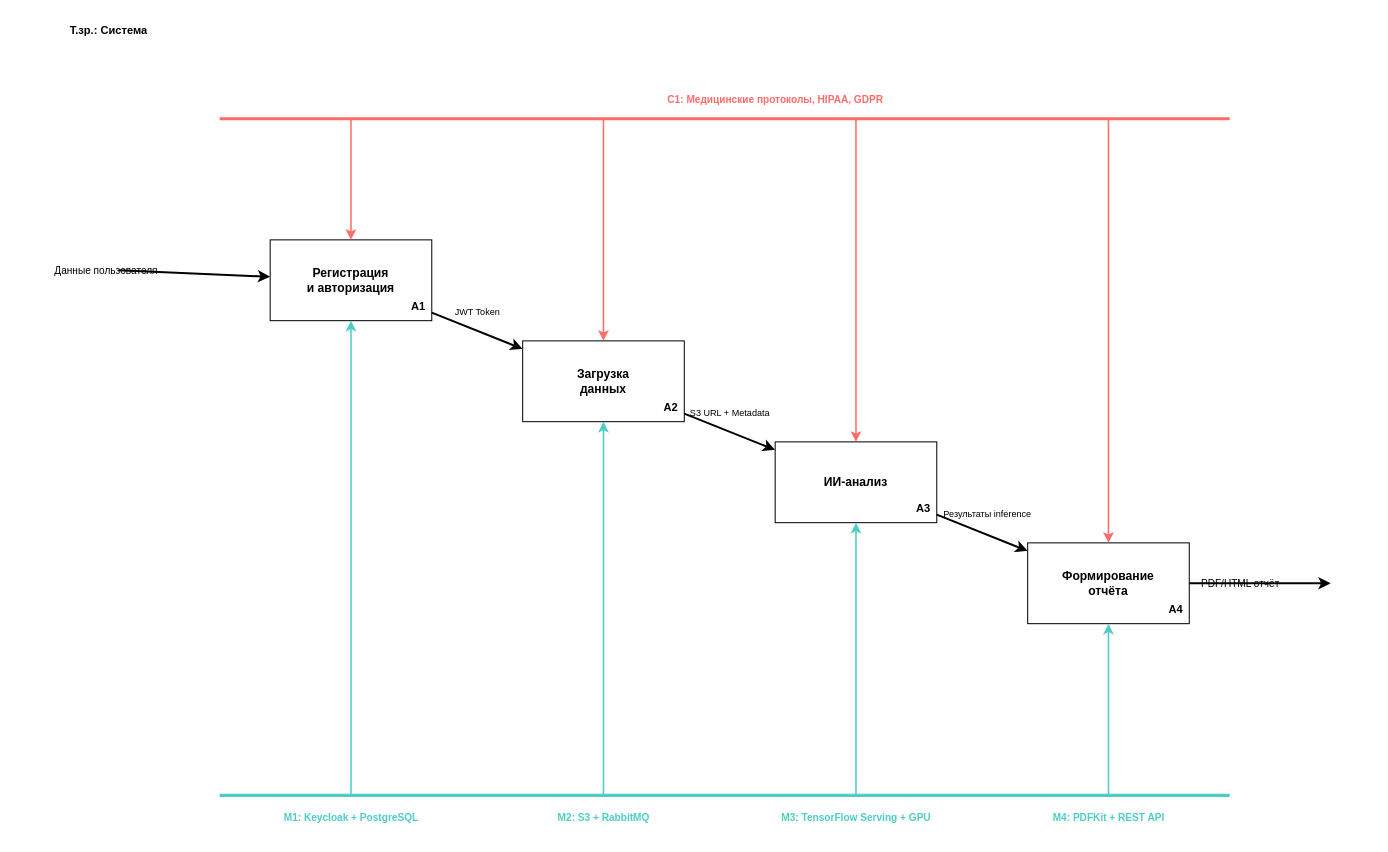
This is diagrams-codes/IDEF0_DECOMPOSITION.drawio from Edisheri/system-engineering-playbook, a draw.io file, before an edit. Source tidied: cells renumbered, new cells numbered last; positions are measured from the earlier drawing's top-left corner, leaving out a move shared by most shapes. Both pictures are drawn from the tidied source at 101%, with x=0, y=0 at pixel (17, 17).
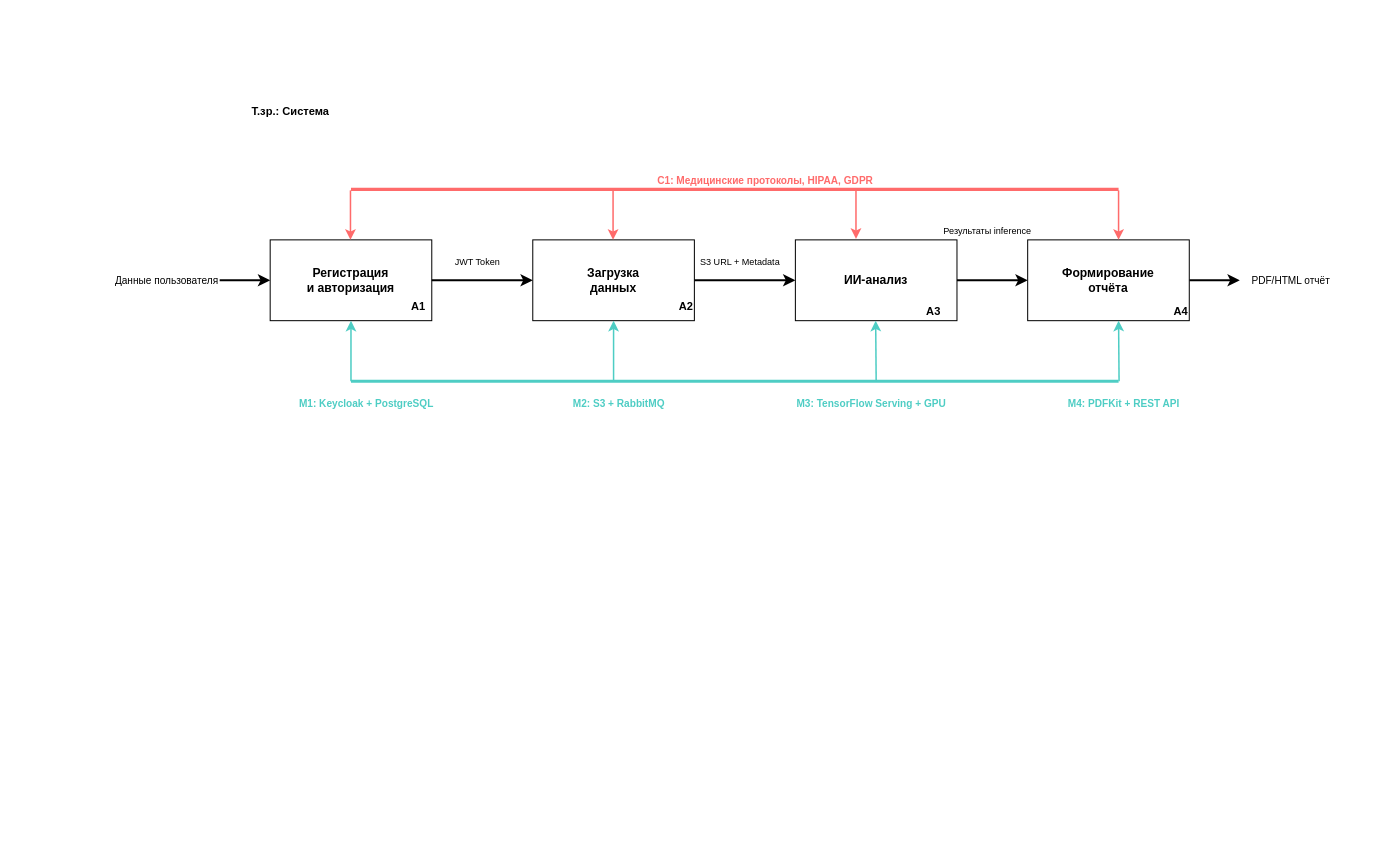
After the change.

The change refers to these unchanged cells:
```xml
<mxCell id="3" value="Регистрация&#10;и авторизация" style="rounded=0;whiteSpace=wrap;html=1;fontSize=12;fontStyle=1;" parent="1" vertex="1">
  <mxGeometry x="250" y="220" width="160" height="80" as="geometry" />
</mxCell>
```

Change to the diagram source:
```diff
@@
     <mxCell id="2" value="Т.зр.: Система" style="text;html=1;align=left;verticalAlign=top;fontSize=11;fontStyle=1;" parent="1" vertex="1">
-      <mxGeometry x="50" width="200" height="30" as="geometry" />
+      <mxGeometry x="230" y="80" width="200" height="30" as="geometry" />
     </mxCell>
@@
     <mxCell id="5" value="Загрузка&#10;данных" style="rounded=0;whiteSpace=wrap;html=1;fontSize=12;fontStyle=1;" parent="1" vertex="1">
-      <mxGeometry x="500" y="320" width="160" height="80" as="geometry" />
+      <mxGeometry x="510" y="220" width="160" height="80" as="geometry" />
     </mxCell>
     <mxCell id="6" value="A2" style="text;html=1;align=right;verticalAlign=bottom;fontSize=11;fontStyle=1;" parent="1" vertex="1">
-      <mxGeometry x="630" y="375" width="25" height="20" as="geometry" />
+      <mxGeometry x="645" y="275" width="25" height="20" as="geometry" />
     </mxCell>
     <mxCell id="7" value="ИИ-анализ" style="rounded=0;whiteSpace=wrap;html=1;fontSize=12;fontStyle=1;" parent="1" vertex="1">
-      <mxGeometry x="750" y="420" width="160" height="80" as="geometry" />
+      <mxGeometry x="770" y="220" width="160" height="80" as="geometry" />
     </mxCell>
     <mxCell id="8" value="A3" style="text;html=1;align=right;verticalAlign=bottom;fontSize=11;fontStyle=1;" parent="1" vertex="1">
-      <mxGeometry x="880" y="475" width="25" height="20" as="geometry" />
+      <mxGeometry x="890" y="280" width="25" height="20" as="geometry" />
     </mxCell>
-    <mxCell id="9" value="Формирование&#10;отчёта" style="rounded=0;whiteSpace=wrap;html=1;fontSize=12;fontStyle=1;" parent="1" vertex="1">
-      <mxGeometry x="1000" y="520" width="160" height="80" as="geometry" />
-    </mxCell>
-    <mxCell id="10" value="A4" style="text;html=1;align=right;verticalAlign=bottom;fontSize=11;fontStyle=1;" parent="1" vertex="1">
-      <mxGeometry x="1130" y="575" width="25" height="20" as="geometry" />
-    </mxCell>
     <mxCell id="11" style="endArrow=classic;html=1;strokeWidth=2;" parent="1" edge="1" target="3">
       <mxGeometry relative="1" as="geometry">
-        <mxPoint x="100" y="250" as="sourcePoint" />
+        <mxPoint x="200" y="260" as="sourcePoint" />
       </mxGeometry>
     </mxCell>
     <mxCell id="12" value="Данные пользователя" style="text;html=1;align=right;verticalAlign=middle;fontSize=10;" parent="1" vertex="1">
-      <mxGeometry y="230" width="140" height="40" as="geometry" />
+      <mxGeometry x="60" y="240" width="140" height="40" as="geometry" />
     </mxCell>
@@
     <mxCell id="14" value="JWT Token" style="text;html=1;align=center;verticalAlign=bottom;fontSize=9;" parent="1" vertex="1">
-      <mxGeometry x="420" y="280" width="70" height="20" as="geometry" />
+      <mxGeometry x="420" y="230" width="70" height="20" as="geometry" />
     </mxCell>
@@
     <mxCell id="16" value="S3 URL + Metadata" style="text;html=1;align=center;verticalAlign=bottom;fontSize=9;" parent="1" vertex="1">
-      <mxGeometry x="650" y="380" width="110" height="20" as="geometry" />
+      <mxGeometry x="660" y="230" width="110" height="20" as="geometry" />
     </mxCell>
@@
     <mxCell id="18" value="Результаты inference" style="text;html=1;align=center;verticalAlign=bottom;fontSize=9;" parent="1" vertex="1">
-      <mxGeometry x="900" y="480" width="120" height="20" as="geometry" />
+      <mxGeometry x="930" y="200" width="60" height="20" as="geometry" />
     </mxCell>
     <mxCell id="19" style="endArrow=classic;html=1;strokeWidth=2;" parent="1" edge="1" source="9">
       <mxGeometry relative="1" as="geometry">
-        <mxPoint x="1300" y="560" as="targetPoint" />
+        <mxPoint x="1210" y="260" as="targetPoint" />
       </mxGeometry>
     </mxCell>
     <mxCell id="20" value="PDF/HTML отчёт" style="text;html=1;align=left;verticalAlign=middle;fontSize=10;" parent="1" vertex="1">
-      <mxGeometry x="1170" y="540" width="120" height="40" as="geometry" />
+      <mxGeometry x="1220" y="240" width="120" height="40" as="geometry" />
     </mxCell>
     <mxCell id="21" style="endArrow=none;html=1;strokeWidth=3;strokeColor=#FF6B6B;" parent="1" edge="1">
       <mxGeometry relative="1" as="geometry">
-        <mxPoint x="200" y="100" as="sourcePoint" />
-        <mxPoint x="1200" y="100" as="targetPoint" />
+        <mxPoint x="330" y="170" as="sourcePoint" />
+        <mxPoint x="1090" y="170" as="targetPoint" />
       </mxGeometry>
     </mxCell>
-    <mxCell id="22" style="endArrow=classic;html=1;strokeWidth=1.5;strokeColor=#FF6B6B;" parent="1" edge="1">
-      <mxGeometry relative="1" as="geometry">
-        <mxPoint x="330" y="100" as="sourcePoint" />
-        <mxPoint x="330" y="220" as="targetPoint" />
-      </mxGeometry>
-    </mxCell>
-    <mxCell id="23" style="endArrow=classic;html=1;strokeWidth=1.5;strokeColor=#FF6B6B;" parent="1" edge="1">
-      <mxGeometry relative="1" as="geometry">
-        <mxPoint x="580" y="100" as="sourcePoint" />
-        <mxPoint x="580" y="320" as="targetPoint" />
-      </mxGeometry>
-    </mxCell>
-    <mxCell id="24" style="endArrow=classic;html=1;strokeWidth=1.5;strokeColor=#FF6B6B;" parent="1" edge="1">
+    <mxCell id="24" style="endArrow=classic;html=1;strokeWidth=1.5;strokeColor=#FF6B6B;entryX=0.375;entryY=-0.012;entryDx=0;entryDy=0;entryPerimeter=0;" parent="1" edge="1" target="7">
       <mxGeometry relative="1" as="geometry">
-        <mxPoint x="830" y="100" as="sourcePoint" />
-        <mxPoint x="830" y="420" as="targetPoint" />
+        <mxPoint x="830" y="170" as="sourcePoint" />
       </mxGeometry>
     </mxCell>
-    <mxCell id="25" style="endArrow=classic;html=1;strokeWidth=1.5;strokeColor=#FF6B6B;" parent="1" edge="1">
-      <mxGeometry relative="1" as="geometry">
-        <mxPoint x="1080" y="100" as="sourcePoint" />
-        <mxPoint x="1080" y="520" as="targetPoint" />
-      </mxGeometry>
-    </mxCell>
     <mxCell id="26" value="C1: Медицинские протоколы, HIPAA, GDPR" style="text;html=1;align=center;verticalAlign=bottom;fontSize=10;fontColor=#FF6B6B;fontStyle=1;" parent="1" vertex="1">
-      <mxGeometry x="600" y="50" width="300" height="40" as="geometry" />
+      <mxGeometry x="590" y="130" width="300" height="40" as="geometry" />
     </mxCell>
     <mxCell id="27" style="endArrow=none;html=1;strokeWidth=3;strokeColor=#4ECDC4;" parent="1" edge="1">
       <mxGeometry relative="1" as="geometry">
-        <mxPoint x="200" y="770" as="sourcePoint" />
-        <mxPoint x="1200" y="770" as="targetPoint" />
+        <mxPoint x="330" y="360" as="sourcePoint" />
+        <mxPoint x="1090" y="360" as="targetPoint" />
       </mxGeometry>
     </mxCell>
     <mxCell id="28" style="endArrow=classic;html=1;strokeWidth=1.5;strokeColor=#4ECDC4;" parent="1" edge="1">
       <mxGeometry relative="1" as="geometry">
-        <mxPoint x="330" y="770" as="sourcePoint" />
+        <mxPoint x="330" y="360" as="sourcePoint" />
         <mxPoint x="330" y="300" as="targetPoint" />
       </mxGeometry>
     </mxCell>
     <mxCell id="29" value="M1: Keycloak + PostgreSQL" style="text;html=1;align=center;verticalAlign=top;fontSize=10;fontColor=#4ECDC4;fontStyle=1;" parent="1" vertex="1">
-      <mxGeometry x="230" y="780" width="200" height="30" as="geometry" />
+      <mxGeometry x="245" y="370" width="200" height="30" as="geometry" />
     </mxCell>
     <mxCell id="30" style="endArrow=classic;html=1;strokeWidth=1.5;strokeColor=#4ECDC4;" parent="1" edge="1">
       <mxGeometry relative="1" as="geometry">
-        <mxPoint x="580" y="770" as="sourcePoint" />
-        <mxPoint x="580" y="400" as="targetPoint" />
+        <mxPoint x="590" y="360" as="sourcePoint" />
+        <mxPoint x="590" y="300" as="targetPoint" />
       </mxGeometry>
     </mxCell>
     <mxCell id="31" value="M2: S3 + RabbitMQ" style="text;html=1;align=center;verticalAlign=top;fontSize=10;fontColor=#4ECDC4;fontStyle=1;" parent="1" vertex="1">
-      <mxGeometry x="500" y="780" width="160" height="30" as="geometry" />
+      <mxGeometry x="515" y="370" width="160" height="30" as="geometry" />
     </mxCell>
     <mxCell id="32" style="endArrow=classic;html=1;strokeWidth=1.5;strokeColor=#4ECDC4;" parent="1" edge="1">
       <mxGeometry relative="1" as="geometry">
-        <mxPoint x="830" y="770" as="sourcePoint" />
-        <mxPoint x="830" y="500" as="targetPoint" />
+        <mxPoint x="850" y="360" as="sourcePoint" />
+        <mxPoint x="849.5" y="300" as="targetPoint" />
       </mxGeometry>
     </mxCell>
     <mxCell id="33" value="M3: TensorFlow Serving + GPU" style="text;html=1;align=center;verticalAlign=top;fontSize=10;fontColor=#4ECDC4;fontStyle=1;" parent="1" vertex="1">
-      <mxGeometry x="720" y="780" width="220" height="30" as="geometry" />
+      <mxGeometry x="735" y="370" width="220" height="30" as="geometry" />
     </mxCell>
-    <mxCell id="34" style="endArrow=classic;html=1;strokeWidth=1.5;strokeColor=#4ECDC4;" parent="1" edge="1">
-      <mxGeometry relative="1" as="geometry">
-        <mxPoint x="1080" y="770" as="sourcePoint" />
-        <mxPoint x="1080" y="600" as="targetPoint" />
-      </mxGeometry>
-    </mxCell>
     <mxCell id="35" value="M4: PDFKit + REST API" style="text;html=1;align=center;verticalAlign=top;fontSize=10;fontColor=#4ECDC4;fontStyle=1;" parent="1" vertex="1">
-      <mxGeometry x="990" y="780" width="180" height="30" as="geometry" />
+      <mxGeometry x="1005" y="370" width="180" height="30" as="geometry" />
     </mxCell>
+    <mxCell id="9" value="Формирование&#10;отчёта" style="rounded=0;whiteSpace=wrap;html=1;fontSize=12;fontStyle=1;" parent="1" vertex="1">
+      <mxGeometry x="1000" y="220" width="160" height="80" as="geometry" />
+    </mxCell>
+    <mxCell id="10" value="A4" style="text;html=1;align=right;verticalAlign=bottom;fontSize=11;fontStyle=1;" parent="1" vertex="1">
+      <mxGeometry x="1135" y="280" width="25" height="20" as="geometry" />
+    </mxCell>
+    <mxCell id="36" style="endArrow=classic;html=1;strokeWidth=1.5;strokeColor=#FF6B6B;entryX=0.375;entryY=-0.012;entryDx=0;entryDy=0;entryPerimeter=0;" parent="1" edge="1">
+      <mxGeometry relative="1" as="geometry">
+        <mxPoint x="329.5" y="171" as="sourcePoint" />
+        <mxPoint x="329.5" y="220" as="targetPoint" />
+      </mxGeometry>
+    </mxCell>
+    <mxCell id="37" style="endArrow=classic;html=1;strokeWidth=1.5;strokeColor=#FF6B6B;entryX=0.375;entryY=-0.012;entryDx=0;entryDy=0;entryPerimeter=0;" parent="1" edge="1">
+      <mxGeometry relative="1" as="geometry">
+        <mxPoint x="589.5" y="171" as="sourcePoint" />
+        <mxPoint x="589.5" y="220" as="targetPoint" />
+      </mxGeometry>
+    </mxCell>
+    <mxCell id="38" style="endArrow=classic;html=1;strokeWidth=1.5;strokeColor=#FF6B6B;entryX=0.375;entryY=-0.012;entryDx=0;entryDy=0;entryPerimeter=0;" parent="1" edge="1">
+      <mxGeometry relative="1" as="geometry">
+        <mxPoint x="1090" y="171" as="sourcePoint" />
+        <mxPoint x="1090" y="220" as="targetPoint" />
+      </mxGeometry>
+    </mxCell>
+    <mxCell id="39" style="endArrow=classic;html=1;strokeWidth=1.5;strokeColor=#4ECDC4;" parent="1" edge="1">
+      <mxGeometry relative="1" as="geometry">
+        <mxPoint x="1090.5" y="360" as="sourcePoint" />
+        <mxPoint x="1090" y="300" as="targetPoint" />
+      </mxGeometry>
+    </mxCell>
```
